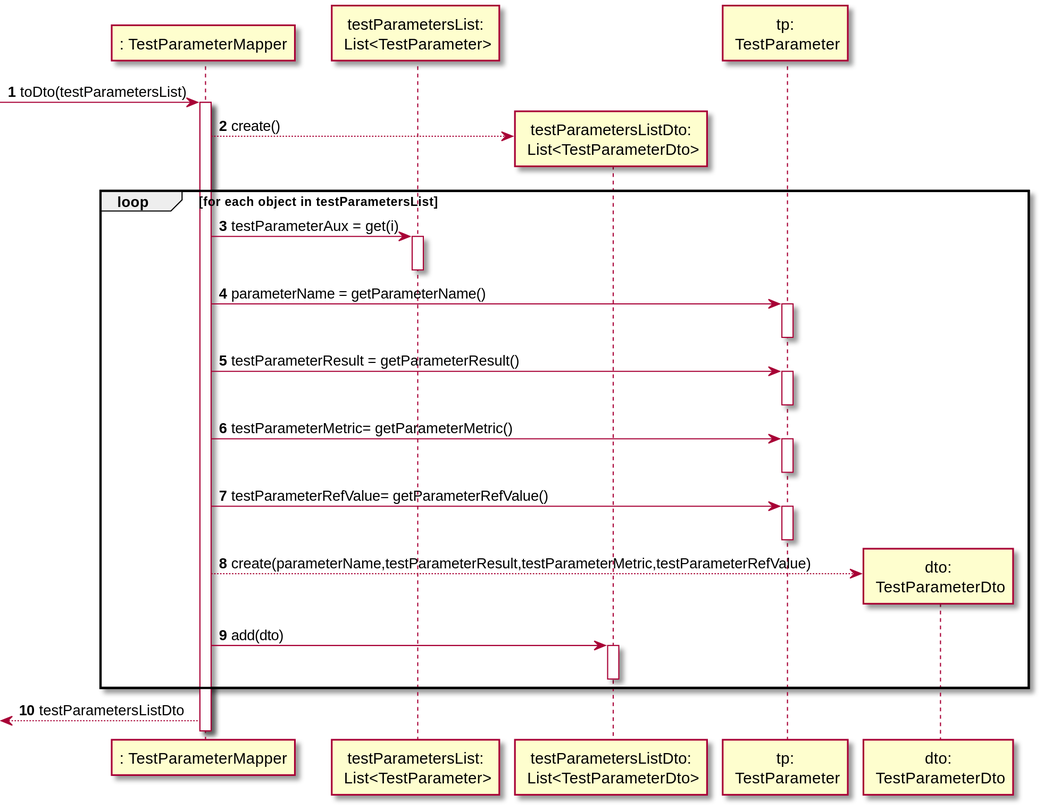
manu-07-ela/LAPR2_ISEP keeps this PlantUML diagram as docs/SprintC/US14/SD_TestParameterMapper_toDto_List.svg. Above is the earlier version.
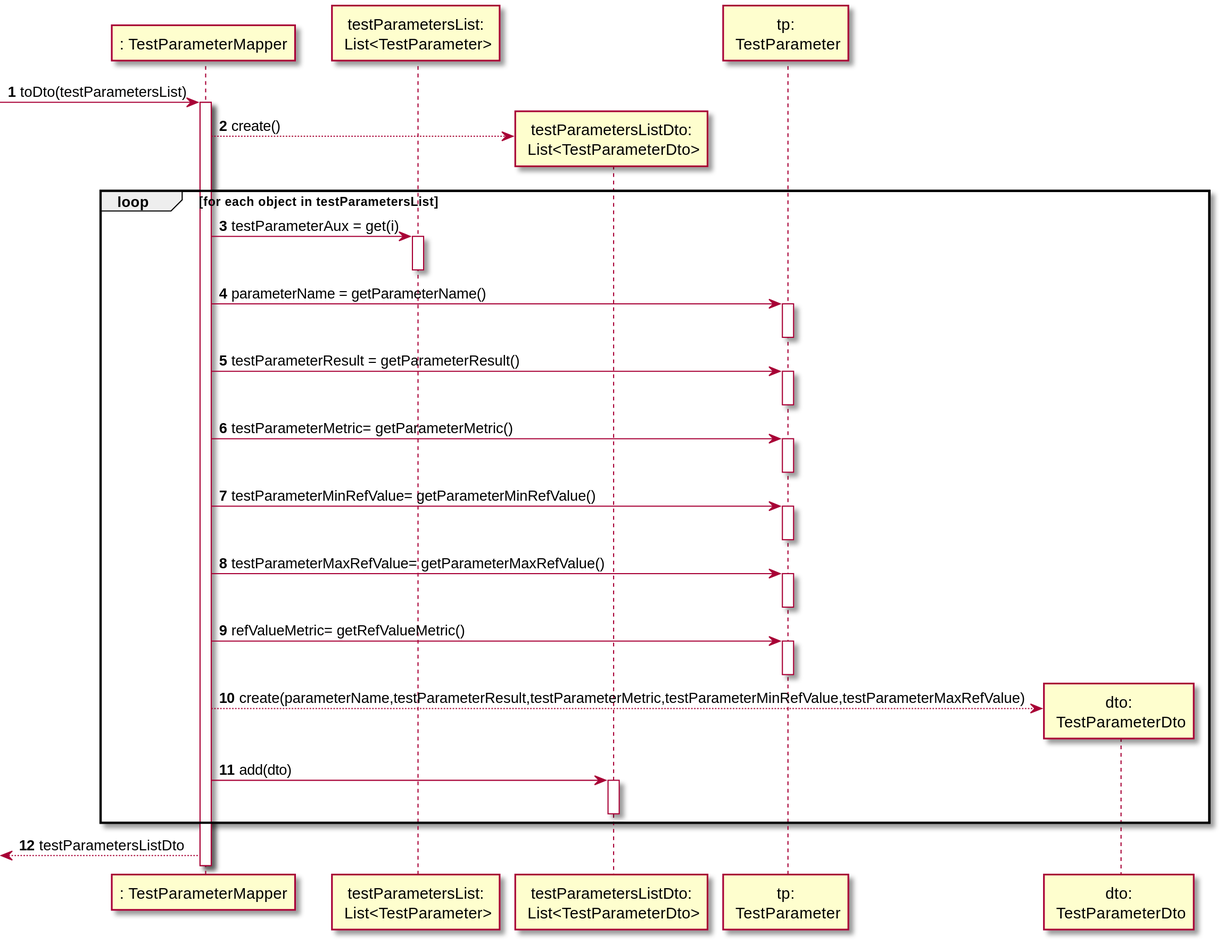
After the change.

Change to the diagram source:
```diff
@@ -23,10 +23,16 @@
 Mapper -> TP: testParameterMetric= getParameterMetric()
 activate TP
 deactivate TP
-Mapper -> TP: testParameterRefValue= getParameterRefValue()
+Mapper -> TP: testParameterMinRefValue= getParameterMinRefValue()
 activate TP
 deactivate TP
-Mapper --> TPDto** : create(parameterName,testParameterResult,testParameterMetric,testParameterRefValue)
+Mapper -> TP: testParameterMaxRefValue= getParameterMaxRefValue()
+activate TP
+deactivate TP
+Mapper -> TP: refValueMetric= getRefValueMetric()
+activate TP
+deactivate TP
+Mapper --> TPDto** : create(parameterName,testParameterResult,testParameterMetric,testParameterMinRefValue,testParameterMaxRefValue)
 Mapper -> lTPDto : add(dto)
 activate lTPDto
 deactivate lTPDto
```
